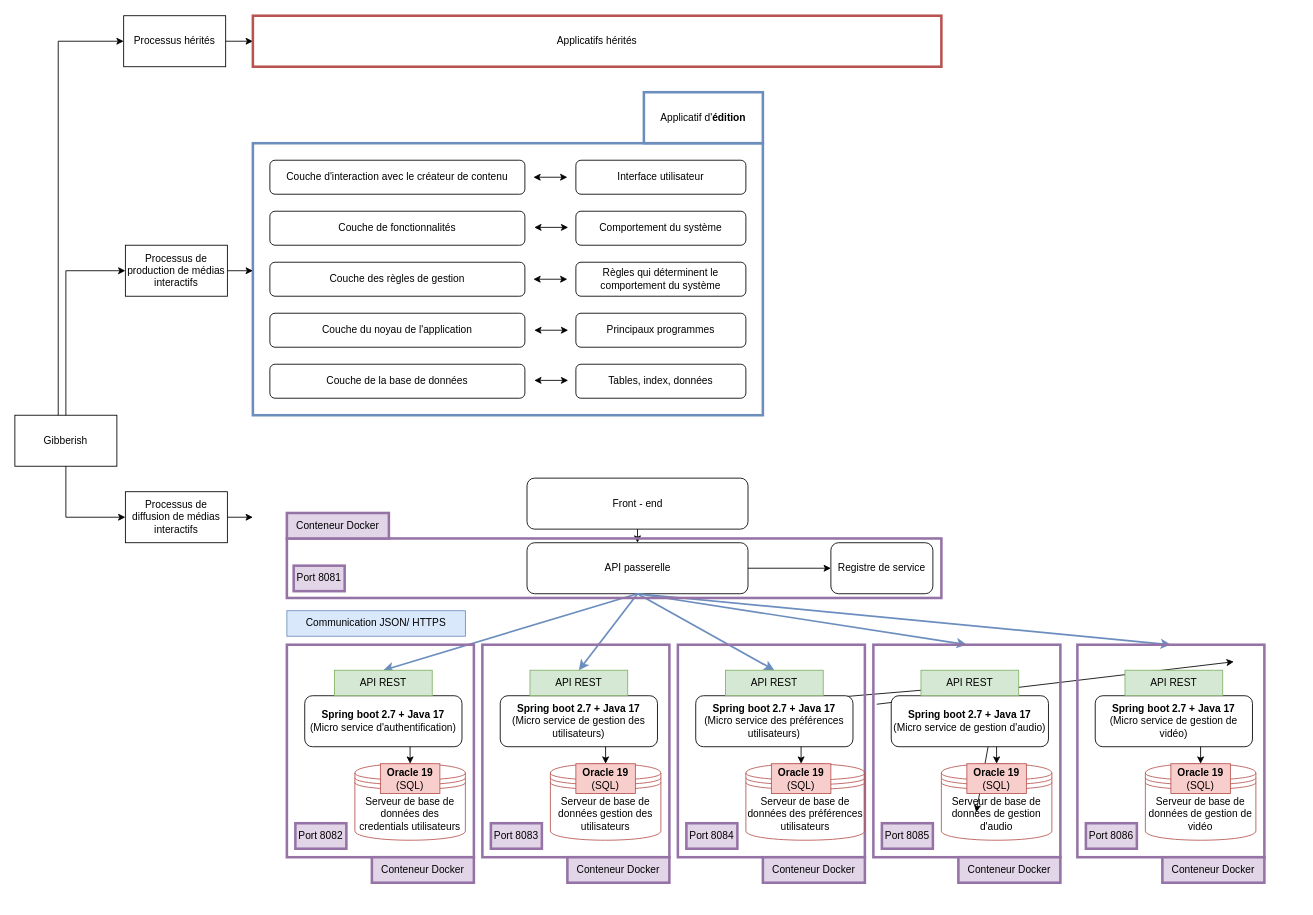
Above: GibberiashTargetTechniqueArchitecture.drawio in cjour/audit_logistics (draw.io), before the change. Source tidied: cells renumbered, new cells numbered last; positions are measured from the earlier drawing's top-left corner, leaving out a move shared by most shapes. Both pictures are drawn from the tidied source at 85%, with x=0, y=0 at pixel (14, 15).
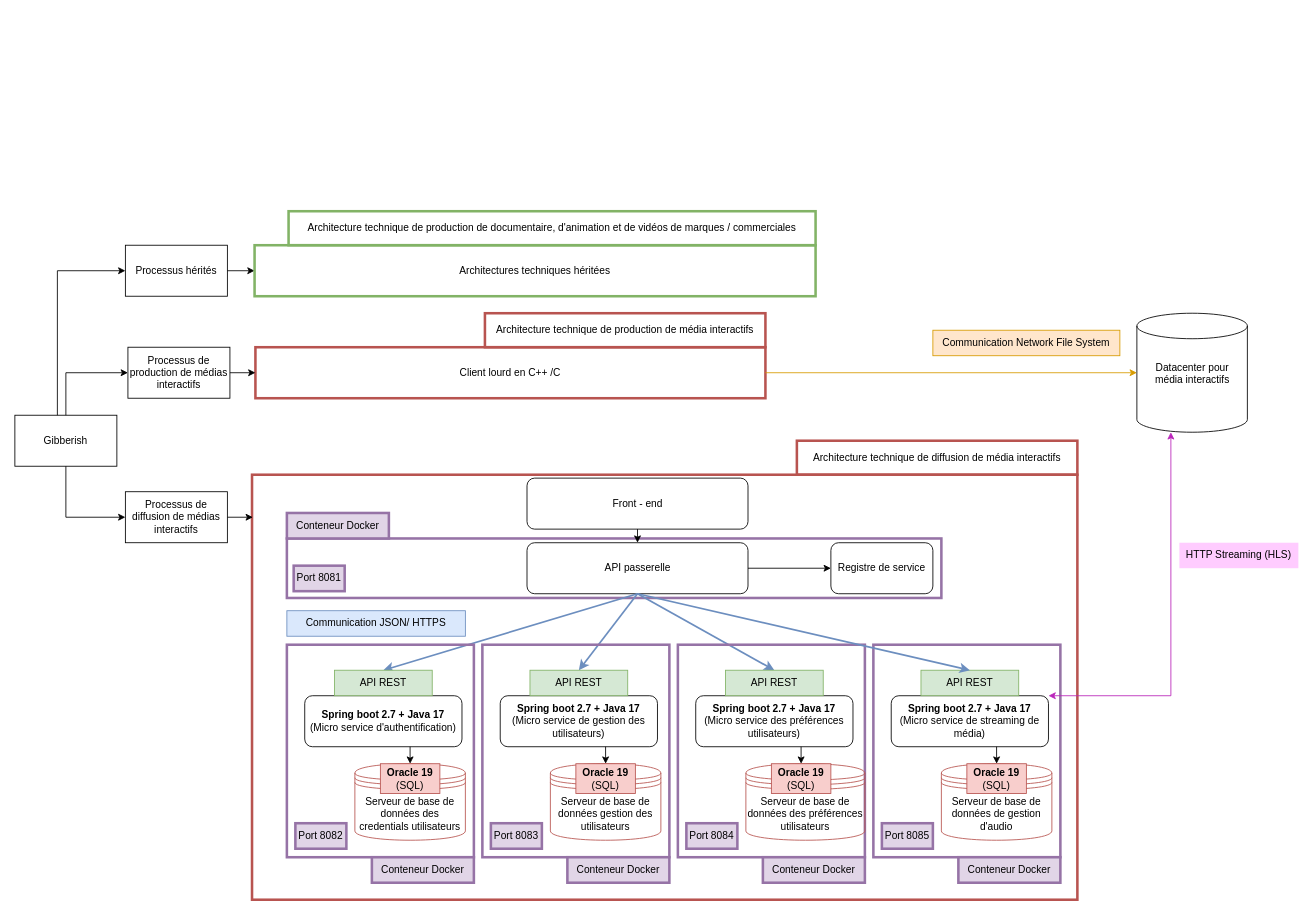
Above is the later version.

Commit message:
Mettre à jour GibberiashTargetTechniqueArchitecture.drawio

The change refers to these unchanged cells:
```xml
<mxCell id="19" value="Gibberish" style="rounded=0;whiteSpace=wrap;html=1;strokeWidth=1;fillColor=none;" parent="1" vertex="1">
  <mxGeometry y="470" width="120" height="60" as="geometry" />
</mxCell>
<mxCell id="25" value="API passerelle" style="rounded=1;whiteSpace=wrap;html=1;" parent="1" vertex="1">
  <mxGeometry x="602.5" y="620" width="260" height="60" as="geometry" />
</mxCell>
```

The edit, as a diff of the source:
```diff
@@
+    <mxCell id="89" style="rounded=0;whiteSpace=wrap;html=1;strokeWidth=3;fillColor=none;strokeColor=#9673a6;" parent="1" vertex="1">
+      <mxGeometry x="320" y="615" width="770" height="70" as="geometry" />
+    </mxCell>
+    <mxCell id="92" style="rounded=0;whiteSpace=wrap;html=1;fillColor=none;strokeColor=#b85450;strokeWidth=3;" parent="1" vertex="1">
+      <mxGeometry x="279" y="540" width="971" height="500" as="geometry" />
+    </mxCell>
+    <mxCell id="71" style="group;" parent="1" vertex="1">
+      <mxGeometry x="1010" y="740" width="220" height="280" as="geometry" />
+    </mxCell>
+    <mxCell id="72" style="rounded=0;whiteSpace=wrap;html=1;fillColor=none;strokeColor=#9673a6;strokeWidth=3;" parent="71" vertex="1">
+      <mxGeometry width="220" height="250" as="geometry" />
+    </mxCell>
+    <mxCell id="73" value="&lt;div&gt;&lt;b&gt;Spring boot 2.7 + Java 17&lt;br&gt;&lt;/b&gt;(Micro service de streaming de média)&lt;/div&gt;" style="rounded=1;whiteSpace=wrap;html=1;" parent="71" vertex="1">
+      <mxGeometry x="21" y="60" width="185" height="60" as="geometry" />
+    </mxCell>
+    <mxCell id="74" value="Serveur de base de données de gestion d'audio" style="shape=datastore;whiteSpace=wrap;html=1;fillColor=none;strokeColor=#b85450;" parent="71" vertex="1">
+      <mxGeometry x="80" y="140" width="130" height="90" as="geometry" />
+    </mxCell>
+    <mxCell id="75" style="endArrow=classic;html=1;rounded=0;entryX=0.5;entryY=0;entryDx=0;entryDy=0;exitX=0.67;exitY=1;exitDx=0;exitDy=0;exitPerimeter=0;" parent="71" edge="1" source="73" target="77">
+      <mxGeometry relative="1" as="geometry" />
+    </mxCell>
+    <mxCell id="76" value="API REST" style="rounded=0;whiteSpace=wrap;html=1;fillColor=#d5e8d4;strokeColor=#82b366;" parent="71" vertex="1">
+      <mxGeometry x="56" y="30" width="115" height="30" as="geometry" />
+    </mxCell>
+    <mxCell id="77" value="&lt;b&gt;Oracle 19&lt;/b&gt; (SQL)" style="rounded=0;whiteSpace=wrap;html=1;fillColor=#f8cecc;strokeColor=#b85450;" parent="71" vertex="1">
+      <mxGeometry x="110" y="140" width="70" height="35" as="geometry" />
+    </mxCell>
+    <mxCell id="78" value="Conteneur Docker" style="rounded=0;whiteSpace=wrap;html=1;strokeWidth=3;fillColor=#e1d5e7;strokeColor=#9673a6;" parent="71" vertex="1">
+      <mxGeometry x="100" y="250" width="120" height="30" as="geometry" />
+    </mxCell>
+    <mxCell id="79" value="Port 8085" style="rounded=0;whiteSpace=wrap;html=1;strokeWidth=3;fillColor=#e1d5e7;strokeColor=#9673a6;" parent="71" vertex="1">
+      <mxGeometry x="10" y="210" width="60" height="30" as="geometry" />
+    </mxCell>
-    <mxCell id="2" style="rounded=0;whiteSpace=wrap;html=1;fillColor=none;strokeColor=#6c8ebf;strokeWidth=3;" parent="1" vertex="1">
-      <mxGeometry x="280" y="150" width="600" height="320" as="geometry" />
+    <mxCell id="2" style="rounded=0;whiteSpace=wrap;html=1;fillColor=none;strokeColor=#b85450;strokeWidth=3;" parent="1" vertex="1">
+      <mxGeometry x="283" y="390" width="600" height="60" as="geometry" />
     </mxCell>
-    <mxCell id="3" value="Couche d'interaction avec le créateur de contenu" style="rounded=1;whiteSpace=wrap;html=1;" parent="1" vertex="1">
-      <mxGeometry x="300" y="170" width="300" height="40" as="geometry" />
-    </mxCell>
-    <mxCell id="4" value="Couche de fonctionnalités" style="rounded=1;whiteSpace=wrap;html=1;" parent="1" vertex="1">
-      <mxGeometry x="300" y="230" width="300" height="40" as="geometry" />
-    </mxCell>
-    <mxCell id="5" value="Couche des règles de gestion" style="rounded=1;whiteSpace=wrap;html=1;" parent="1" vertex="1">
-      <mxGeometry x="300" y="290" width="300" height="40" as="geometry" />
-    </mxCell>
-    <mxCell id="6" value="Couche de la base de données" style="rounded=1;whiteSpace=wrap;html=1;" parent="1" vertex="1">
-      <mxGeometry x="300" y="410" width="300" height="40" as="geometry" />
-    </mxCell>
-    <mxCell id="7" value="Couche du noyau de l'application" style="rounded=1;whiteSpace=wrap;html=1;" parent="1" vertex="1">
-      <mxGeometry x="300" y="350" width="300" height="40" as="geometry" />
-    </mxCell>
-    <mxCell id="8" value="Interface utilisateur" style="rounded=1;whiteSpace=wrap;html=1;" parent="1" vertex="1">
-      <mxGeometry x="660" y="170" width="200" height="40" as="geometry" />
-    </mxCell>
-    <mxCell id="9" value="Comportement du système" style="rounded=1;whiteSpace=wrap;html=1;" parent="1" vertex="1">
-      <mxGeometry x="660" y="230" width="200" height="40" as="geometry" />
-    </mxCell>
-    <mxCell id="10" value="Règles qui déterminent le comportement du système" style="rounded=1;whiteSpace=wrap;html=1;" parent="1" vertex="1">
-      <mxGeometry x="660" y="290" width="200" height="40" as="geometry" />
-    </mxCell>
-    <mxCell id="11" value="Principaux programmes" style="rounded=1;whiteSpace=wrap;html=1;" parent="1" vertex="1">
-      <mxGeometry x="660" y="350" width="200" height="40" as="geometry" />
-    </mxCell>
-    <mxCell id="12" value="Tables, index, données" style="rounded=1;whiteSpace=wrap;html=1;" parent="1" vertex="1">
-      <mxGeometry x="660" y="410" width="200" height="40" as="geometry" />
-    </mxCell>
-    <mxCell id="13" style="endArrow=classic;startArrow=classic;html=1;rounded=0;" parent="1" edge="1">
-      <mxGeometry relative="1" as="geometry">
-        <mxPoint x="610" y="190" as="sourcePoint" />
-        <mxPoint x="650" y="190" as="targetPoint" />
-      </mxGeometry>
-    </mxCell>
-    <mxCell id="14" style="endArrow=classic;startArrow=classic;html=1;rounded=0;" parent="1" edge="1">
-      <mxGeometry relative="1" as="geometry">
-        <mxPoint x="611" y="249" as="sourcePoint" />
-        <mxPoint x="651" y="249" as="targetPoint" />
-      </mxGeometry>
-    </mxCell>
-    <mxCell id="15" style="endArrow=classic;startArrow=classic;html=1;rounded=0;" parent="1" edge="1">
-      <mxGeometry relative="1" as="geometry">
-        <mxPoint x="610" y="310" as="sourcePoint" />
-        <mxPoint x="650" y="310" as="targetPoint" />
-      </mxGeometry>
-    </mxCell>
-    <mxCell id="16" style="endArrow=classic;startArrow=classic;html=1;rounded=0;" parent="1" edge="1">
-      <mxGeometry relative="1" as="geometry">
-        <mxPoint x="611" y="370" as="sourcePoint" />
-        <mxPoint x="651" y="370" as="targetPoint" />
-      </mxGeometry>
-    </mxCell>
-    <mxCell id="17" style="endArrow=classic;startArrow=classic;html=1;rounded=0;" parent="1" edge="1">
-      <mxGeometry relative="1" as="geometry">
-        <mxPoint x="611" y="429" as="sourcePoint" />
-        <mxPoint x="651" y="429" as="targetPoint" />
-      </mxGeometry>
-    </mxCell>
-    <mxCell id="18" value="Applicatif d'&lt;b&gt;édition&lt;/b&gt;" style="rounded=0;whiteSpace=wrap;html=1;strokeWidth=3;fillColor=none;strokeColor=#6c8ebf;" parent="1" vertex="1">
-      <mxGeometry x="740" y="90" width="140" height="60" as="geometry" />
+    <mxCell id="18" value="Architecture technique de production de média interactifs" style="rounded=0;whiteSpace=wrap;html=1;strokeWidth=3;fillColor=none;strokeColor=#b85450;" parent="1" vertex="1">
+      <mxGeometry x="553" y="350" width="330" height="40" as="geometry" />
     </mxCell>
@@
     <mxCell id="20" value="Processus de production de médias interactifs" style="rounded=0;whiteSpace=wrap;html=1;strokeWidth=1;fillColor=none;" parent="1" vertex="1">
-      <mxGeometry x="130" y="270" width="120" height="60" as="geometry" />
+      <mxGeometry x="133" y="390" width="120" height="60" as="geometry" />
     </mxCell>
@@
     <mxCell id="22" style="endArrow=classic;html=1;rounded=0;exitX=0.5;exitY=0;exitDx=0;exitDy=0;entryX=0;entryY=0.5;entryDx=0;entryDy=0;" parent="1" edge="1" source="19" target="20">
       <mxGeometry relative="1" as="geometry">
         <Array as="points">
-          <mxPoint x="60" y="300" />
+          <mxPoint x="60" y="420" />
         </Array>
       </mxGeometry>
     </mxCell>
     <mxCell id="23" style="endArrow=classic;html=1;rounded=0;exitX=1;exitY=0.5;exitDx=0;exitDy=0;" parent="1" edge="1" source="20">
       <mxGeometry relative="1" as="geometry">
-        <mxPoint x="280" y="300" as="targetPoint" />
+        <mxPoint x="283" y="420" as="targetPoint" />
       </mxGeometry>
     </mxCell>
@@
-    <mxCell id="30" style="endArrow=classic;html=1;rounded=0;entryX=0.5;entryY=0;entryDx=0;entryDy=0;exitX=0.5;exitY=1;exitDx=0;exitDy=0;" parent="1" edge="1">
-      <mxGeometry relative="1" as="geometry">
-        <mxPoint x="1014" y="810" as="sourcePoint" />
-        <mxPoint x="1434" y="760" as="targetPoint" />
-      </mxGeometry>
-    </mxCell>
-    <mxCell id="31" style="endArrow=classic;html=1;rounded=0;entryX=0.5;entryY=0;entryDx=0;entryDy=0;exitX=0.5;exitY=1;exitDx=0;exitDy=0;" parent="1" edge="1">
-      <mxGeometry relative="1" as="geometry">
-        <mxPoint x="1154" y="810" as="sourcePoint" />
-        <mxPoint x="1131" y="937" as="targetPoint" />
-      </mxGeometry>
-    </mxCell>
-    <mxCell id="32" style="endArrow=classic;html=1;rounded=0;entryX=0.5;entryY=0;entryDx=0;entryDy=0;exitX=0.5;exitY=1;exitDx=0;exitDy=0;" parent="1" edge="1">
-      <mxGeometry relative="1" as="geometry">
-        <mxPoint x="869" y="810" as="sourcePoint" />
-        <mxPoint x="1109" y="790" as="targetPoint" />
-      </mxGeometry>
-    </mxCell>
@@
-    <mxCell id="36" style="endArrow=classic;html=1;rounded=0;entryX=0.5;entryY=0;entryDx=0;entryDy=0;exitX=0.5;exitY=1;exitDx=0;exitDy=0;fillColor=#dae8fc;strokeColor=#6c8ebf;strokeWidth=2;" parent="1" edge="1" source="25" target="72">
-      <mxGeometry relative="1" as="geometry" />
-    </mxCell>
-    <mxCell id="37" style="endArrow=classic;html=1;rounded=0;entryX=0.5;entryY=0;entryDx=0;entryDy=0;exitX=0.5;exitY=1;exitDx=0;exitDy=0;fillColor=#dae8fc;strokeColor=#6c8ebf;strokeWidth=2;" parent="1" edge="1" source="25" target="81">
-      <mxGeometry relative="1" as="geometry" />
-    </mxCell>
@@
     <mxCell id="40" value="Processus hérités" style="rounded=0;whiteSpace=wrap;html=1;strokeWidth=1;fillColor=none;" parent="1" vertex="1">
-      <mxGeometry x="128" width="120" height="60" as="geometry" />
+      <mxGeometry x="130" y="270" width="120" height="60" as="geometry" />
     </mxCell>
     <mxCell id="41" style="endArrow=classic;html=1;rounded=0;entryX=0;entryY=0.5;entryDx=0;entryDy=0;" parent="1" edge="1" target="40">
       <mxGeometry relative="1" as="geometry">
-        <mxPoint x="51" y="470" as="sourcePoint" />
+        <mxPoint x="50" y="470" as="sourcePoint" />
         <Array as="points">
-          <mxPoint x="51" y="30" />
+          <mxPoint x="50" y="300" />
         </Array>
       </mxGeometry>
     </mxCell>
     <mxCell id="42" style="endArrow=classic;html=1;rounded=0;exitX=1;exitY=0.5;exitDx=0;exitDy=0;" parent="1" edge="1" source="40">
       <mxGeometry relative="1" as="geometry">
-        <mxPoint x="280" y="30" as="targetPoint" />
+        <mxPoint x="282" y="300" as="targetPoint" />
       </mxGeometry>
     </mxCell>
-    <mxCell id="43" value="Applicatifs hérités" style="rounded=0;whiteSpace=wrap;html=1;fillColor=none;strokeColor=#b85450;strokeWidth=3;" parent="1" vertex="1">
-      <mxGeometry x="280" width="810" height="60" as="geometry" />
+    <mxCell id="43" value="Architectures techniques héritées" style="rounded=0;whiteSpace=wrap;html=1;fillColor=none;strokeColor=#82b366;strokeWidth=3;" parent="1" vertex="1">
+      <mxGeometry x="282" y="270" width="660" height="60" as="geometry" />
     </mxCell>
@@
-    <mxCell id="71" style="group;" parent="1" vertex="1">
-      <mxGeometry x="1010" y="740" width="220" height="280" as="geometry" />
-    </mxCell>
-    <mxCell id="72" style="rounded=0;whiteSpace=wrap;html=1;fillColor=none;strokeColor=#9673a6;strokeWidth=3;" parent="71" vertex="1">
-      <mxGeometry width="220" height="250" as="geometry" />
-    </mxCell>
-    <mxCell id="73" value="&lt;div&gt;&lt;b&gt;Spring boot 2.7 + Java 17&lt;br&gt;&lt;/b&gt;(Micro service de gestion d'audio)&lt;/div&gt;" style="rounded=1;whiteSpace=wrap;html=1;" parent="71" vertex="1">
-      <mxGeometry x="21" y="60" width="185" height="60" as="geometry" />
-    </mxCell>
-    <mxCell id="74" value="Serveur de base de données de gestion d'audio" style="shape=datastore;whiteSpace=wrap;html=1;fillColor=none;strokeColor=#b85450;" parent="71" vertex="1">
-      <mxGeometry x="80" y="140" width="130" height="90" as="geometry" />
-    </mxCell>
-    <mxCell id="75" style="endArrow=classic;html=1;rounded=0;entryX=0.5;entryY=0;entryDx=0;entryDy=0;exitX=0.67;exitY=1;exitDx=0;exitDy=0;exitPerimeter=0;" parent="71" edge="1" source="73" target="77">
-      <mxGeometry relative="1" as="geometry" />
-    </mxCell>
-    <mxCell id="76" value="API REST" style="rounded=0;whiteSpace=wrap;html=1;fillColor=#d5e8d4;strokeColor=#82b366;" parent="71" vertex="1">
-      <mxGeometry x="56" y="30" width="115" height="30" as="geometry" />
-    </mxCell>
-    <mxCell id="77" value="&lt;b&gt;Oracle 19&lt;/b&gt; (SQL)" style="rounded=0;whiteSpace=wrap;html=1;fillColor=#f8cecc;strokeColor=#b85450;" parent="71" vertex="1">
-      <mxGeometry x="110" y="140" width="70" height="35" as="geometry" />
-    </mxCell>
-    <mxCell id="78" value="Conteneur Docker" style="rounded=0;whiteSpace=wrap;html=1;strokeWidth=3;fillColor=#e1d5e7;strokeColor=#9673a6;" parent="71" vertex="1">
-      <mxGeometry x="100" y="250" width="120" height="30" as="geometry" />
-    </mxCell>
-    <mxCell id="79" value="Port 8085" style="rounded=0;whiteSpace=wrap;html=1;strokeWidth=3;fillColor=#e1d5e7;strokeColor=#9673a6;" parent="71" vertex="1">
-      <mxGeometry x="10" y="210" width="60" height="30" as="geometry" />
-    </mxCell>
-    <mxCell id="80" style="group;" parent="1" vertex="1">
-      <mxGeometry x="1250" y="740" width="220" height="280" as="geometry" />
-    </mxCell>
-    <mxCell id="81" style="rounded=0;whiteSpace=wrap;html=1;fillColor=none;strokeColor=#9673a6;strokeWidth=3;" parent="80" vertex="1">
-      <mxGeometry width="220" height="250" as="geometry" />
-    </mxCell>
-    <mxCell id="82" value="&lt;div&gt;&lt;b&gt;Spring boot 2.7 + Java 17&lt;br&gt;&lt;/b&gt;(Micro service de gestion de vidéo)&lt;/div&gt;" style="rounded=1;whiteSpace=wrap;html=1;" parent="80" vertex="1">
-      <mxGeometry x="21" y="60" width="185" height="60" as="geometry" />
-    </mxCell>
-    <mxCell id="83" value="Serveur de base de données de gestion de vidéo" style="shape=datastore;whiteSpace=wrap;html=1;fillColor=none;strokeColor=#b85450;" parent="80" vertex="1">
-      <mxGeometry x="80" y="140" width="130" height="90" as="geometry" />
-    </mxCell>
-    <mxCell id="84" style="endArrow=classic;html=1;rounded=0;entryX=0.5;entryY=0;entryDx=0;entryDy=0;exitX=0.67;exitY=1;exitDx=0;exitDy=0;exitPerimeter=0;" parent="80" edge="1" source="82" target="86">
-      <mxGeometry relative="1" as="geometry" />
-    </mxCell>
-    <mxCell id="85" value="API REST" style="rounded=0;whiteSpace=wrap;html=1;fillColor=#d5e8d4;strokeColor=#82b366;" parent="80" vertex="1">
-      <mxGeometry x="56" y="30" width="115" height="30" as="geometry" />
-    </mxCell>
-    <mxCell id="86" value="&lt;b&gt;Oracle 19&lt;/b&gt; (SQL)" style="rounded=0;whiteSpace=wrap;html=1;fillColor=#f8cecc;strokeColor=#b85450;" parent="80" vertex="1">
-      <mxGeometry x="110" y="140" width="70" height="35" as="geometry" />
-    </mxCell>
-    <mxCell id="87" value="Conteneur Docker" style="rounded=0;whiteSpace=wrap;html=1;strokeWidth=3;fillColor=#e1d5e7;strokeColor=#9673a6;" parent="80" vertex="1">
-      <mxGeometry x="100" y="250" width="120" height="30" as="geometry" />
-    </mxCell>
-    <mxCell id="88" value="Port 8086" style="rounded=0;whiteSpace=wrap;html=1;strokeWidth=3;fillColor=#e1d5e7;strokeColor=#9673a6;" parent="80" vertex="1">
-      <mxGeometry x="10" y="210" width="60" height="30" as="geometry" />
-    </mxCell>
-    <mxCell id="89" style="rounded=0;whiteSpace=wrap;html=1;strokeWidth=3;fillColor=none;strokeColor=#9673a6;" parent="1" vertex="1">
-      <mxGeometry x="320" y="615" width="770" height="70" as="geometry" />
-    </mxCell>
@@
+    <mxCell id="93" value="Architecture technique de production de documentaire, d'animation et de vidéos de marques / commerciales " style="rounded=0;whiteSpace=wrap;html=1;strokeWidth=3;fillColor=none;strokeColor=#82b366;" parent="1" vertex="1">
+      <mxGeometry x="322" y="230" width="620" height="40" as="geometry" />
+    </mxCell>
+    <mxCell id="94" value="Client lourd en C++ /C" style="text;html=1;strokeColor=none;fillColor=none;align=center;verticalAlign=middle;whiteSpace=wrap;rounded=0;" parent="1" vertex="1">
+      <mxGeometry x="418" y="405" width="330" height="30" as="geometry" />
+    </mxCell>
+    <mxCell id="95" value="Architecture technique de diffusion de média interactifs" style="rounded=0;whiteSpace=wrap;html=1;strokeWidth=3;fillColor=none;strokeColor=#b85450;" parent="1" vertex="1">
+      <mxGeometry x="920" y="500" width="330" height="40" as="geometry" />
+    </mxCell>
+    <mxCell id="96" style="group;" parent="1" vertex="1">
+      <mxGeometry x="1320" y="350" width="130" height="140" as="geometry" />
+    </mxCell>
+    <mxCell id="97" style="shape=cylinder3;whiteSpace=wrap;html=1;boundedLbl=1;backgroundOutline=1;size=15;fontFamily=Helvetica;fontSize=12;fontColor=default;fillColor=none;gradientColor=none;" parent="96" vertex="1">
+      <mxGeometry width="130" height="140" as="geometry" />
+    </mxCell>
+    <mxCell id="98" value="&lt;div&gt;Datacenter pour &lt;br&gt;&lt;/div&gt;&lt;div&gt;média interactifs&lt;/div&gt;" style="text;html=1;align=center;verticalAlign=middle;strokeColor=none;fillColor=none;fontSize=12;fontFamily=Helvetica;fontColor=default;" parent="96" vertex="1">
+      <mxGeometry x="10" y="51.3" width="110" height="40" as="geometry" />
+    </mxCell>
+    <mxCell id="99" style="endArrow=classic;html=1;rounded=0;strokeWidth=1;fontFamily=Helvetica;fontSize=12;fontColor=default;entryX=0;entryY=0.5;entryDx=0;entryDy=0;entryPerimeter=0;exitX=1;exitY=0.5;exitDx=0;exitDy=0;fillColor=#ffe6cc;strokeColor=#d79b00;" parent="1" edge="1" source="2" target="97">
+      <mxGeometry relative="1" as="geometry" />
+    </mxCell>
+    <mxCell id="100" style="endArrow=classic;html=1;rounded=0;strokeWidth=1;exitX=1;exitY=0;exitDx=0;exitDy=0;startArrow=classic;startFill=1;strokeColor=#BA25BA;" parent="1" edge="1" source="73">
+      <mxGeometry relative="1" as="geometry">
+        <mxPoint x="1360" y="490" as="targetPoint" />
+        <Array as="points">
+          <mxPoint x="1360" y="800" />
+        </Array>
+      </mxGeometry>
+    </mxCell>
+    <mxCell id="101" style="endArrow=classic;html=1;rounded=0;entryX=0.5;entryY=0;entryDx=0;entryDy=0;fillColor=#dae8fc;strokeColor=#6c8ebf;strokeWidth=2;exitX=0.5;exitY=1;exitDx=0;exitDy=0;" parent="1" edge="1" source="25" target="76">
+      <mxGeometry relative="1" as="geometry" />
+    </mxCell>
+    <mxCell id="102" value="Communication Network File System" style="text;html=1;strokeColor=#d79b00;fillColor=#ffe6cc;align=center;verticalAlign=middle;whiteSpace=wrap;rounded=0;" parent="1" vertex="1">
+      <mxGeometry x="1080" y="370" width="220" height="30" as="geometry" />
+    </mxCell>
+    <mxCell id="103" value="HTTP Streaming (HLS)" style="text;html=1;strokeColor=none;fillColor=#FFCCFF;align=center;verticalAlign=middle;whiteSpace=wrap;rounded=0;" parent="1" vertex="1">
+      <mxGeometry x="1370" y="620" width="140" height="30" as="geometry" />
+    </mxCell>
```
